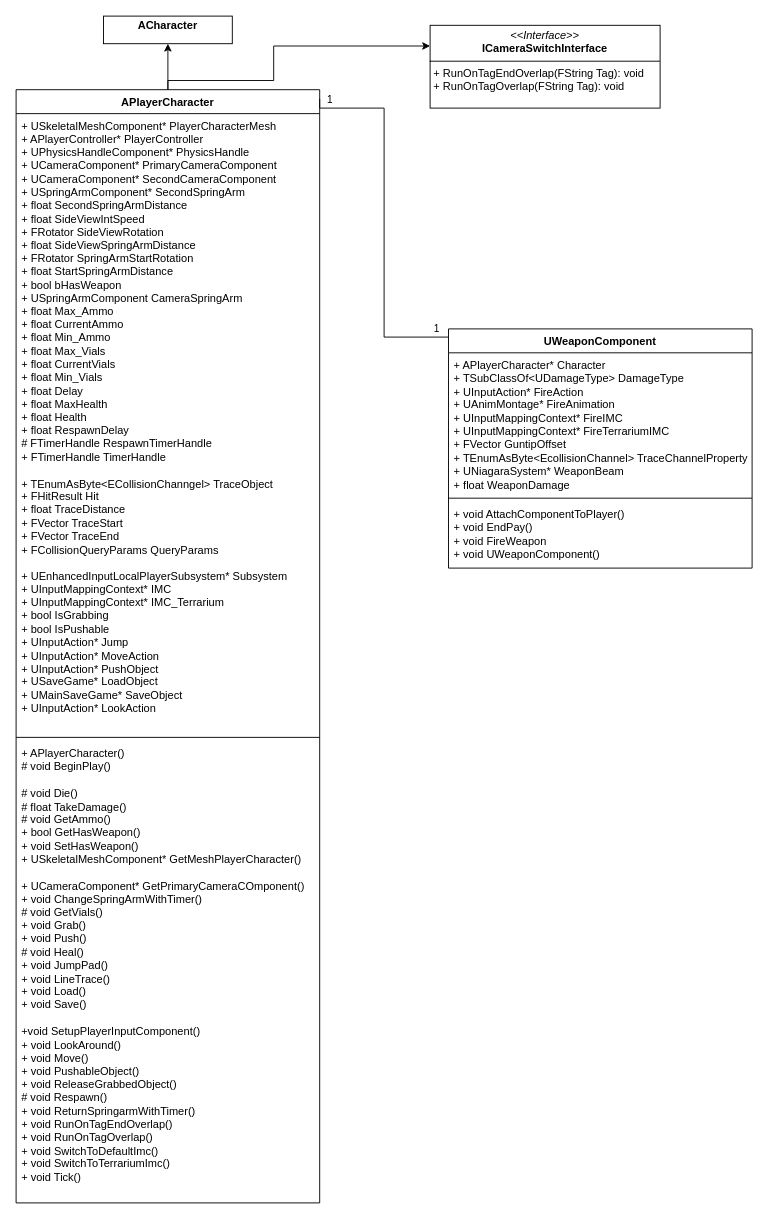
This is Untitled Diagram.drawio from Viiktorh/Miniaturized, a draw.io file, before an edit. Source tidied: cells renumbered, new cells numbered last; positions are measured from the earlier drawing's top-left corner, leaving out a move shared by most shapes. Both pictures are drawn from the tidied source at 92%, with x=0, y=0 at pixel (16, 16).
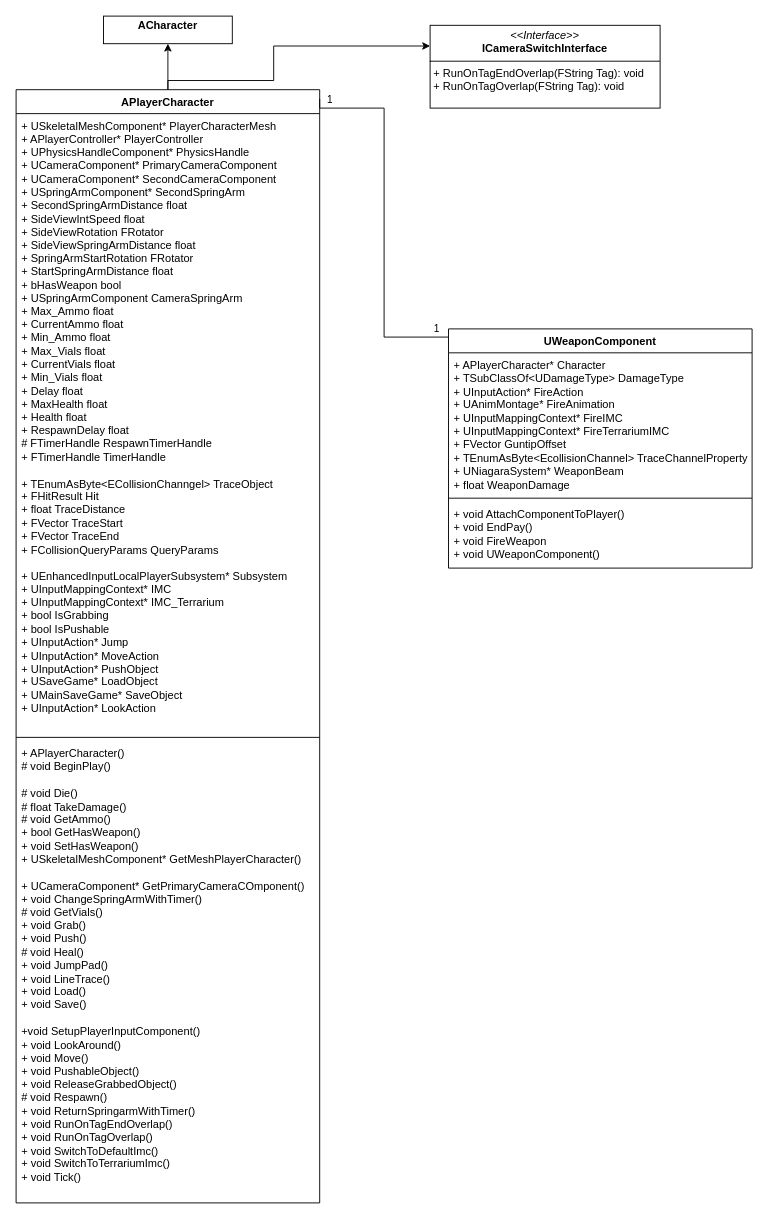
Above is the later version.

Unchanged cells that the change refers to:
```xml
<mxCell id="3" value="APlayerCharacter" style="swimlane;fontStyle=1;align=center;verticalAlign=top;horizontal=1;startSize=26;whiteSpace=wrap;html=1;" parent="1" vertex="1">
  <mxGeometry y="80" width="330" height="1210" as="geometry" />
</mxCell>
```

Change to the diagram source:
```diff
@@
-    <mxCell id="4" value="&lt;div&gt;&lt;span style=&quot;background-color: initial;&quot;&gt;+ USkeletalMeshComponent* PlayerCharacterMesh&lt;/span&gt;&lt;/div&gt;&lt;div&gt;&lt;span style=&quot;background-color: initial;&quot;&gt;+ APlayerController* PlayerController&lt;/span&gt;&lt;/div&gt;&lt;div&gt;+ UPhysicsHandleComponent* PhysicsHandle&lt;/div&gt;&lt;div&gt;+ UCameraComponent* PrimaryCameraComponent&lt;/div&gt;&lt;div&gt;+ UCameraComponent* SecondCameraComponent&lt;/div&gt;&lt;div&gt;+ USpringArmComponent* SecondSpringArm&lt;/div&gt;&lt;div&gt;+ float SecondSpringArmDistance&lt;/div&gt;&lt;div&gt;+ float SideViewIntSpeed&amp;nbsp;&lt;/div&gt;&lt;div&gt;+ FRotator SideViewRotation&lt;/div&gt;&lt;div&gt;+ float SideViewSpringArmDistance&lt;/div&gt;&lt;div&gt;+ FRotator SpringArmStartRotation&lt;/div&gt;&lt;div&gt;+ float StartSpringArmDistance&lt;/div&gt;&lt;span style=&quot;background-color: initial;&quot;&gt;+ bool bHasWeapon&lt;/span&gt;&lt;div&gt;+ USpringArmComponent CameraSpringArm&lt;/div&gt;&lt;div&gt;+ float Max_Ammo&lt;/div&gt;&lt;div&gt;+ float CurrentAmmo&lt;/div&gt;&lt;div&gt;+ float Min_Ammo&lt;/div&gt;&lt;div&gt;&lt;div&gt;+ float Max_Vials&lt;/div&gt;&lt;div&gt;+ float CurrentVials&lt;/div&gt;&lt;/div&gt;&lt;div&gt;+ float Min_Vials&lt;/div&gt;&lt;div&gt;+ float Delay&lt;/div&gt;&lt;div&gt;+ float MaxHealth&lt;/div&gt;&lt;div&gt;+ float Health&lt;/div&gt;&lt;div&gt;+ float RespawnDelay&lt;/div&gt;&lt;div&gt;# FTimerHandle RespawnTimerHandle&lt;/div&gt;&lt;div&gt;+ FTimerHandle TimerHandle&lt;/div&gt;&lt;div&gt;&lt;br&gt;&lt;/div&gt;&lt;div&gt;+ TEnumAsByte&amp;lt;ECollisionChanngel&amp;gt; TraceObject&lt;/div&gt;&lt;div&gt;+ FHitResult Hit&lt;/div&gt;&lt;div&gt;+ float TraceDistance&lt;/div&gt;&lt;div&gt;+ FVector TraceStart&lt;/div&gt;&lt;div&gt;+ FVector TraceEnd&lt;/div&gt;&lt;div&gt;+ FCollisionQueryParams QueryParams&lt;/div&gt;&lt;div&gt;&lt;br&gt;&lt;/div&gt;&lt;div&gt;+ UEnhancedInputLocalPlayerSubsystem* Subsystem&lt;/div&gt;&lt;div&gt;+ UInputMappingContext* IMC&lt;/div&gt;&lt;div&gt;+ UInputMappingContext* IMC_Terrarium&lt;/div&gt;&lt;div&gt;+ bool IsGrabbing&lt;/div&gt;&lt;div&gt;+ bool IsPushable&lt;/div&gt;&lt;div&gt;+ UInputAction* Jump&lt;/div&gt;&lt;div&gt;+ UInputAction* MoveAction&lt;/div&gt;&lt;div&gt;+ UInputAction* PushObject&lt;/div&gt;&lt;div&gt;+ USaveGame* LoadObject&lt;/div&gt;&lt;div&gt;+ UMainSaveGame* SaveObject&lt;/div&gt;&lt;div&gt;+ UInputAction* LookAction&lt;/div&gt;&lt;div&gt;&lt;br&gt;&lt;/div&gt;" style="text;strokeColor=none;fillColor=none;align=left;verticalAlign=top;spacingLeft=4;spacingRight=4;overflow=hidden;whiteSpace=wrap;html=1;" parent="3" vertex="1">
+    <mxCell id="4" value="&lt;div&gt;&lt;span style=&quot;background-color: initial;&quot;&gt;+ USkeletalMeshComponent* PlayerCharacterMesh&lt;/span&gt;&lt;/div&gt;&lt;div&gt;&lt;span style=&quot;background-color: initial;&quot;&gt;+ APlayerController* PlayerController&lt;/span&gt;&lt;/div&gt;&lt;div&gt;+ UPhysicsHandleComponent* PhysicsHandle&lt;/div&gt;&lt;div&gt;+ UCameraComponent* PrimaryCameraComponent&lt;/div&gt;&lt;div&gt;+ UCameraComponent* SecondCameraComponent&lt;/div&gt;&lt;div&gt;+ USpringArmComponent* SecondSpringArm&lt;/div&gt;&lt;div&gt;+ SecondSpringArmDistance float&lt;/div&gt;&lt;div&gt;+ SideViewIntSpeed float&lt;/div&gt;&lt;div&gt;+ SideViewRotation FRotator&lt;/div&gt;&lt;div&gt;+ SideViewSpringArmDistance float&lt;/div&gt;&lt;div&gt;+ SpringArmStartRotation FRotator&lt;/div&gt;&lt;div&gt;+ StartSpringArmDistance float&lt;/div&gt;&lt;span style=&quot;background-color: initial;&quot;&gt;+ bHasWeapon bool&lt;/span&gt;&lt;div&gt;+ USpringArmComponent CameraSpringArm&lt;/div&gt;&lt;div&gt;+ Max_Ammo float&lt;/div&gt;&lt;div&gt;+ CurrentAmmo float&lt;/div&gt;&lt;div&gt;+ Min_Ammo float&lt;/div&gt;&lt;div&gt;&lt;div&gt;+ Max_Vials float&lt;/div&gt;&lt;div&gt;+ CurrentVials float&lt;/div&gt;&lt;/div&gt;&lt;div&gt;+ Min_Vials float&lt;/div&gt;&lt;div&gt;+ Delay float&lt;/div&gt;&lt;div&gt;+ MaxHealth float&lt;/div&gt;&lt;div&gt;+ Health float&lt;/div&gt;&lt;div&gt;+ RespawnDelay float&lt;/div&gt;&lt;div&gt;# FTimerHandle RespawnTimerHandle&lt;/div&gt;&lt;div&gt;+ FTimerHandle TimerHandle&lt;/div&gt;&lt;div&gt;&lt;br&gt;&lt;/div&gt;&lt;div&gt;+ TEnumAsByte&amp;lt;ECollisionChanngel&amp;gt; TraceObject&lt;/div&gt;&lt;div&gt;+ FHitResult Hit&lt;/div&gt;&lt;div&gt;+ float TraceDistance&lt;/div&gt;&lt;div&gt;+ FVector TraceStart&lt;/div&gt;&lt;div&gt;+ FVector TraceEnd&lt;/div&gt;&lt;div&gt;+ FCollisionQueryParams QueryParams&lt;/div&gt;&lt;div&gt;&lt;br&gt;&lt;/div&gt;&lt;div&gt;+ UEnhancedInputLocalPlayerSubsystem* Subsystem&lt;/div&gt;&lt;div&gt;+ UInputMappingContext* IMC&lt;/div&gt;&lt;div&gt;+ UInputMappingContext* IMC_Terrarium&lt;/div&gt;&lt;div&gt;+ bool IsGrabbing&lt;/div&gt;&lt;div&gt;+ bool IsPushable&lt;/div&gt;&lt;div&gt;+ UInputAction* Jump&lt;/div&gt;&lt;div&gt;+ UInputAction* MoveAction&lt;/div&gt;&lt;div&gt;+ UInputAction* PushObject&lt;/div&gt;&lt;div&gt;+ USaveGame* LoadObject&lt;/div&gt;&lt;div&gt;+ UMainSaveGame* SaveObject&lt;/div&gt;&lt;div&gt;+ UInputAction* LookAction&lt;/div&gt;&lt;div&gt;&lt;br&gt;&lt;/div&gt;" style="text;strokeColor=none;fillColor=none;align=left;verticalAlign=top;spacingLeft=4;spacingRight=4;overflow=hidden;whiteSpace=wrap;html=1;" parent="3" vertex="1">
       <mxGeometry y="26" width="330" height="674" as="geometry" />
     </mxCell>
```
